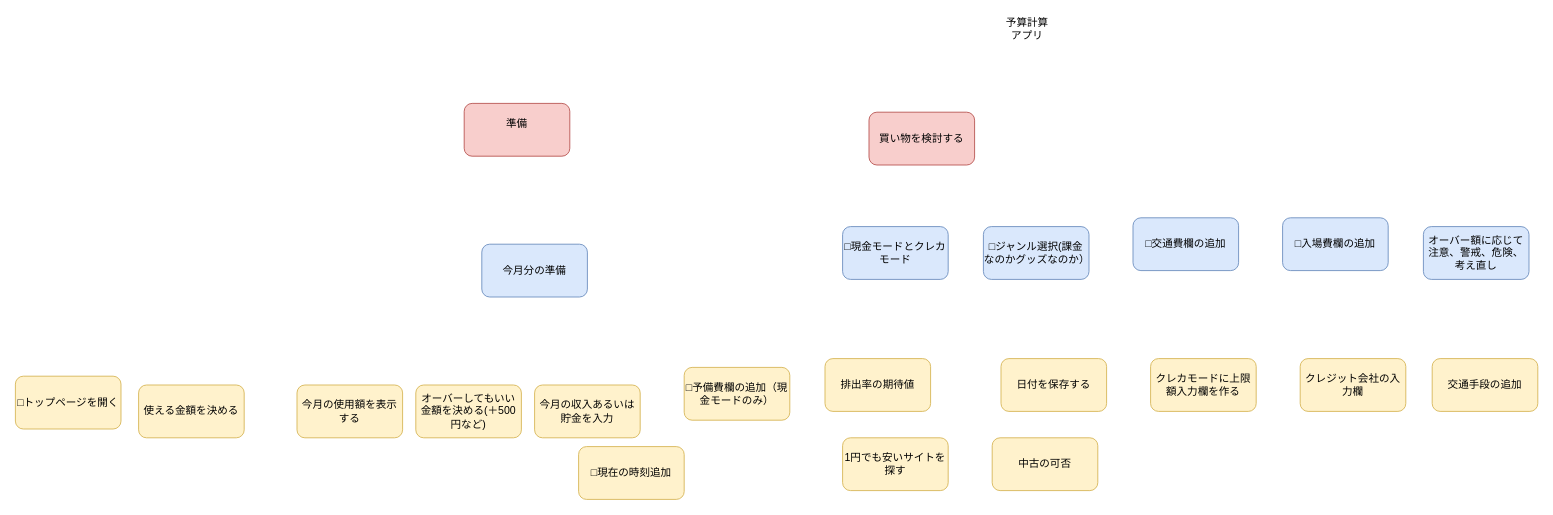
Above: docs/storymap.drawio in Kosuke-ACHIGA-group-sideA/achiga-2026 (draw.io), before the change. Source tidied: cells renumbered, new cells numbered last; positions are measured from the earlier drawing's top-left corner, leaving out a move shared by most shapes. Both pictures are drawn from the tidied source at 88%, with x=0, y=0 at pixel (15, 15).
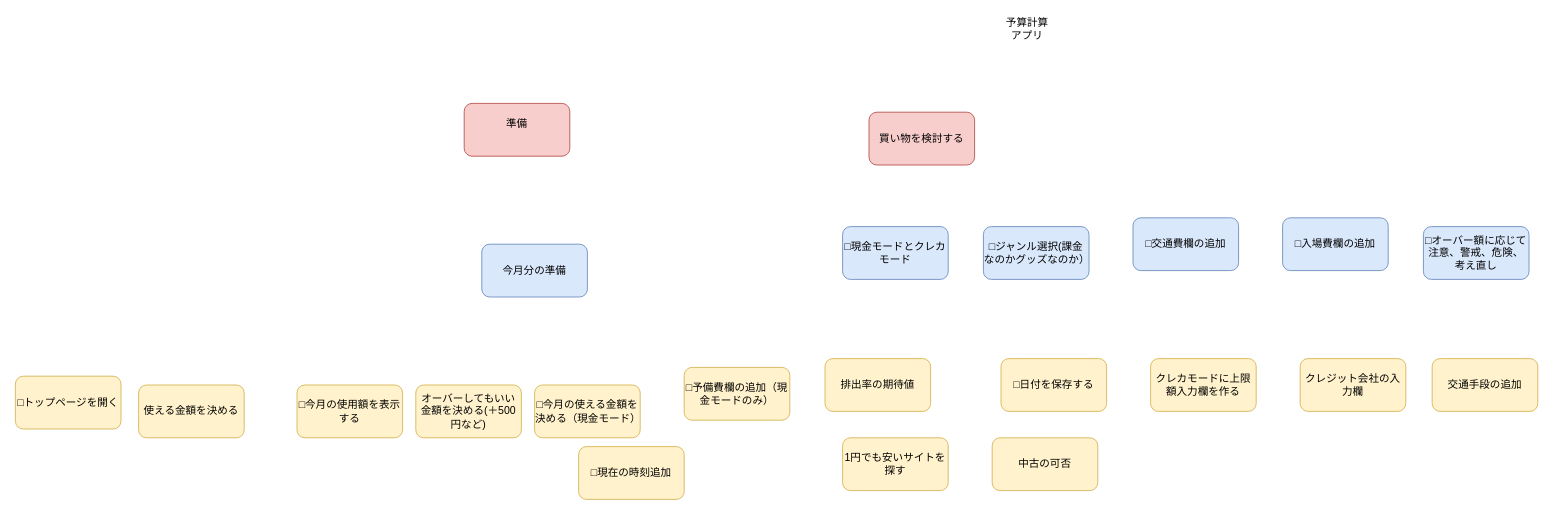
Above is the later version.

Change to the diagram source:
```diff
@@
-    <mxCell id="5" value="今月の使用額を表示する" style="rounded=1;whiteSpace=wrap;html=1;roundedPerimeter=1;fillColor=#fff2cc;strokeColor=#d6b656;" parent="1" vertex="1">
+    <mxCell id="5" value="□今月の使用額を表示する" style="rounded=1;whiteSpace=wrap;html=1;roundedPerimeter=1;fillColor=#fff2cc;strokeColor=#d6b656;" parent="1" vertex="1">
       <mxGeometry x="320" y="420" width="120" height="60" as="geometry" />
     </mxCell>
-    <mxCell id="6" value="日付を保存する" style="rounded=1;whiteSpace=wrap;html=1;roundedPerimeter=1;fillColor=#fff2cc;strokeColor=#d6b656;" parent="1" vertex="1">
+    <mxCell id="6" value="□日付を保存する" style="rounded=1;whiteSpace=wrap;html=1;roundedPerimeter=1;fillColor=#fff2cc;strokeColor=#d6b656;" parent="1" vertex="1">
       <mxGeometry x="1120" y="390" width="120" height="60" as="geometry" />
     </mxCell>
@@
-    <mxCell id="10" value="今月の収入あるいは貯金を入力" style="rounded=1;whiteSpace=wrap;html=1;roundedPerimeter=1;fillColor=#fff2cc;strokeColor=#d6b656;" parent="1" vertex="1">
+    <mxCell id="10" value="□今月の使える金額を決める（現金モード）" style="rounded=1;whiteSpace=wrap;html=1;roundedPerimeter=1;fillColor=#fff2cc;strokeColor=#d6b656;" parent="1" vertex="1">
       <mxGeometry x="590" y="420" width="120" height="60" as="geometry" />
     </mxCell>
@@
-    <mxCell id="17" value="オーバー額に応じて注意、警戒、危険、考え直し" style="rounded=1;whiteSpace=wrap;html=1;roundedPerimeter=1;fillColor=#dae8fc;strokeColor=#6c8ebf;" parent="1" vertex="1">
+    <mxCell id="17" value="□オーバー額に応じて注意、警戒、危険、考え直し" style="rounded=1;whiteSpace=wrap;html=1;roundedPerimeter=1;fillColor=#dae8fc;strokeColor=#6c8ebf;" parent="1" vertex="1">
       <mxGeometry x="1600" y="240" width="120" height="60" as="geometry" />
     </mxCell>
```
